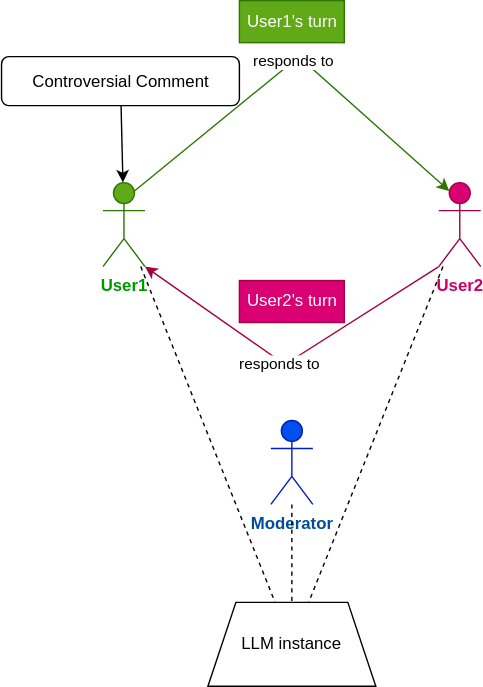
This is paper/resources/conversation_graph_part2.svg from dimits-ts/llm_moderation_research, a draw.io export, as it was before one commit. Source tidied: cells renumbered, new cells last; positions are measured from the earlier drawing's top-left corner, leaving out a move shared by most shapes.
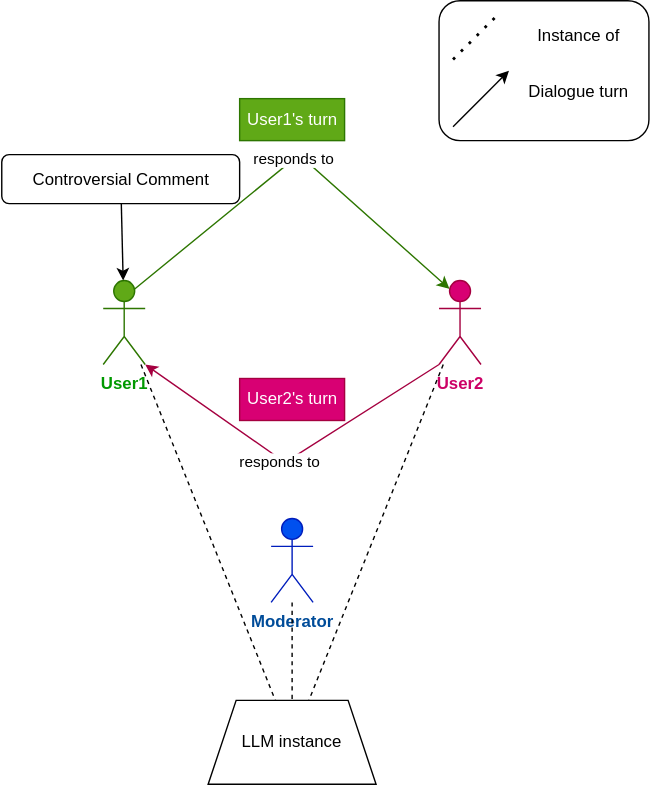
After the commit.

The edit, as a diff of the source:
```diff
@@ -55,5 +55,26 @@
     <mxCell id="16" value="Controversial&amp;nbsp;&lt;span style=&quot;background-color: initial;&quot;&gt;Comment&lt;/span&gt;" style="rounded=1;whiteSpace=wrap;html=1;" parent="1" vertex="1">
       <mxGeometry x="-0.5" y="40" width="170" height="35" as="geometry" />
     </mxCell>
+    <mxCell id="17" style="rounded=1;whiteSpace=wrap;html=1;" parent="1" vertex="1">
+      <mxGeometry x="312" y="-70" width="150" height="100" as="geometry" />
+    </mxCell>
+    <mxCell id="18" style="endArrow=none;dashed=1;html=1;dashPattern=1 3;strokeWidth=2;rounded=0;" parent="1" edge="1">
+      <mxGeometry relative="1" as="geometry">
+        <mxPoint x="322" y="-28" as="sourcePoint" />
+        <mxPoint x="352" y="-58" as="targetPoint" />
+      </mxGeometry>
+    </mxCell>
+    <mxCell id="19" value="Instance of" style="text;html=1;align=center;verticalAlign=middle;whiteSpace=wrap;rounded=0;" parent="1" vertex="1">
+      <mxGeometry x="372" y="-60" width="80" height="30" as="geometry" />
+    </mxCell>
+    <mxCell id="20" style="endArrow=classic;html=1;rounded=0;" parent="1" edge="1">
+      <mxGeometry relative="1" as="geometry">
+        <mxPoint x="322" y="20" as="sourcePoint" />
+        <mxPoint x="362" y="-20" as="targetPoint" />
+      </mxGeometry>
+    </mxCell>
+    <mxCell id="21" value="Dialogue turn" style="text;html=1;align=center;verticalAlign=middle;whiteSpace=wrap;rounded=0;" parent="1" vertex="1">
+      <mxGeometry x="372" y="-20" width="80" height="30" as="geometry" />
+    </mxCell>
   </root>
 </mxGraphModel>
```
